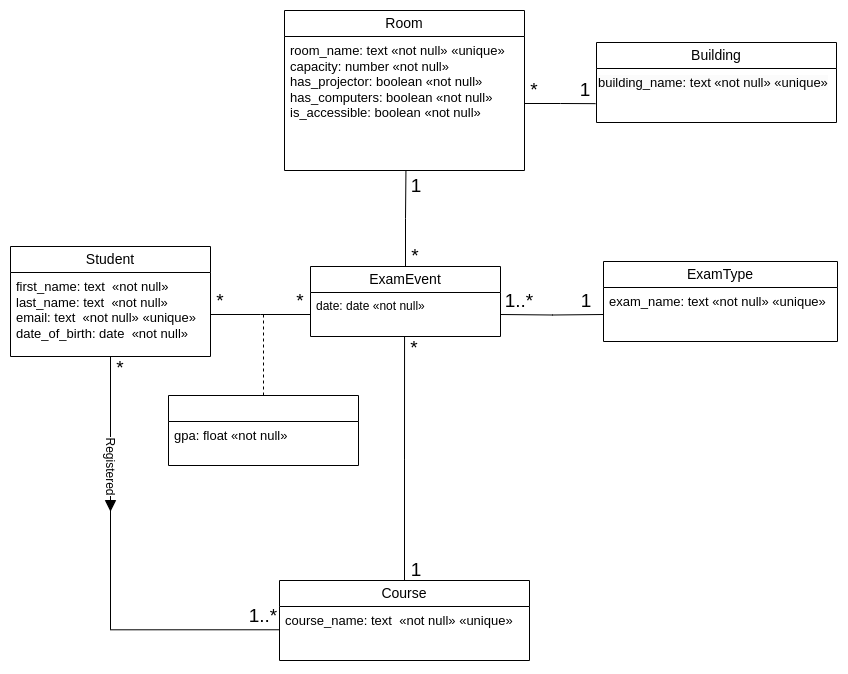
This is uml.png from igor-diniz/MECD-Database, a draw.io export, as it was before one commit. Source tidied: cells renumbered, new cells last; positions are measured from the earlier drawing's top-left corner, leaving out a move shared by most shapes. Its diagram source:
```xml
<mxGraphModel>
  <root>
    <mxCell id="0" />
    <mxCell id="1" parent="0" />
    <mxCell id="2" value="&lt;font style=&quot;font-size: 14px;&quot;&gt;Student&lt;/font&gt;" style="swimlane;fontStyle=0;horizontal=1;startSize=26;fillColor=none;whiteSpace=wrap;html=1;" parent="1" vertex="1">
      <mxGeometry y="236" width="200" height="110" as="geometry" />
    </mxCell>
    <mxCell id="3" value="&lt;font style=&quot;font-size: 13px;&quot;&gt;first_name: text&amp;nbsp; «not null»&lt;br&gt;last_name: text&amp;nbsp; «not null»&lt;br&gt;email: text&amp;nbsp; «not null» «unique»&lt;br&gt;date_of_birth: date&amp;nbsp; «not null»&lt;/font&gt;" style="text;strokeColor=none;fillColor=none;align=left;verticalAlign=top;spacingLeft=4;spacingRight=4;overflow=hidden;points=[[0,0.5],[1,0.5]];portConstraint=eastwest;whiteSpace=wrap;html=1;" parent="2" vertex="1">
      <mxGeometry y="26" width="200" height="84" as="geometry" />
    </mxCell>
    <mxCell id="4" value="&lt;font style=&quot;font-size: 14px;&quot;&gt;Course&lt;/font&gt;" style="swimlane;fontStyle=0;horizontal=1;startSize=26;fillColor=none;whiteSpace=wrap;html=1;" parent="1" vertex="1">
      <mxGeometry x="269" y="570" width="250" height="80" as="geometry" />
    </mxCell>
    <mxCell id="5" value="&lt;font style=&quot;font-size: 13px;&quot;&gt;course_name: text&amp;nbsp; «not null» «unique»&lt;/font&gt;" style="text;strokeColor=none;fillColor=none;align=left;verticalAlign=top;spacingLeft=4;spacingRight=4;overflow=hidden;points=[[0,0.5],[1,0.5]];portConstraint=eastwest;whiteSpace=wrap;html=1;" parent="4" vertex="1">
      <mxGeometry y="26" width="250" height="54" as="geometry" />
    </mxCell>
    <mxCell id="6" value="&lt;font style=&quot;font-size: 14px;&quot;&gt;Room&lt;/font&gt;" style="swimlane;fontStyle=0;horizontal=1;startSize=26;fillColor=none;whiteSpace=wrap;html=1;" parent="1" vertex="1">
      <mxGeometry x="274" width="240" height="160" as="geometry" />
    </mxCell>
    <mxCell id="7" value="&lt;font style=&quot;font-size: 13px;&quot;&gt;room_name: text «not null» «unique»&lt;br style=&quot;border-color: var(--border-color);&quot;&gt;capacity: number «not null»&lt;br&gt;has_projector: boolean «not null»&lt;br&gt;has_computers: boolean «not null»&lt;br&gt;is_accessible: boolean «not null»&lt;/font&gt;" style="text;strokeColor=none;fillColor=none;align=left;verticalAlign=top;spacingLeft=4;spacingRight=4;overflow=hidden;points=[[0,0.5],[1,0.5]];portConstraint=eastwest;whiteSpace=wrap;html=1;" parent="6" vertex="1">
      <mxGeometry y="26" width="240" height="134" as="geometry" />
    </mxCell>
    <mxCell id="8" value="*" style="text;html=1;strokeColor=none;fillColor=none;align=center;verticalAlign=middle;whiteSpace=wrap;rounded=0;fontSize=19;" parent="1" vertex="1">
      <mxGeometry x="280" y="281" width="20" height="20" as="geometry" />
    </mxCell>
    <mxCell id="9" style="edgeStyle=orthogonalEdgeStyle;rounded=0;jettySize=auto;html=1;entryX=0.506;entryY=1.002;entryDx=0;entryDy=0;entryPerimeter=0;endArrow=none;endFill=0;" parent="1" edge="1" source="10" target="7">
      <mxGeometry relative="1" as="geometry" />
    </mxCell>
    <mxCell id="10" value="&lt;font style=&quot;font-size: 14px;&quot;&gt;ExamEvent&lt;/font&gt;" style="swimlane;fontStyle=0;horizontal=1;startSize=26;fillColor=none;whiteSpace=wrap;html=1;" parent="1" vertex="1">
      <mxGeometry x="300" y="256" width="190" height="70" as="geometry" />
    </mxCell>
    <mxCell id="11" value="date: date «not null»" style="text;strokeColor=none;fillColor=none;align=left;verticalAlign=top;spacingLeft=4;spacingRight=4;overflow=hidden;whiteSpace=wrap;html=1;" parent="10" vertex="1">
      <mxGeometry y="26" width="190" height="44" as="geometry" />
    </mxCell>
    <mxCell id="12" value="*" style="text;html=1;strokeColor=none;fillColor=none;align=center;verticalAlign=middle;whiteSpace=wrap;rounded=0;fontSize=19;" parent="1" vertex="1">
      <mxGeometry x="395" y="236" width="20" height="20" as="geometry" />
    </mxCell>
    <mxCell id="13" value="*" style="text;html=1;strokeColor=none;fillColor=none;align=center;verticalAlign=middle;whiteSpace=wrap;rounded=0;fontSize=19;" parent="1" vertex="1">
      <mxGeometry x="394" y="328" width="20" height="20" as="geometry" />
    </mxCell>
    <mxCell id="14" style="edgeStyle=orthogonalEdgeStyle;rounded=0;jettySize=auto;html=1;endArrow=none;endFill=0;" parent="1" edge="1" source="3">
      <mxGeometry relative="1" as="geometry">
        <mxPoint x="300" y="304" as="targetPoint" />
      </mxGeometry>
    </mxCell>
    <mxCell id="15" style="edgeStyle=orthogonalEdgeStyle;rounded=0;jettySize=auto;html=1;endArrow=none;endFill=0;entryX=0.495;entryY=1.005;entryDx=0;entryDy=0;entryPerimeter=0;" parent="1" edge="1" source="4">
      <mxGeometry relative="1" as="geometry">
        <mxPoint x="394" y="326.2" as="targetPoint" />
      </mxGeometry>
    </mxCell>
    <mxCell id="16" value="*" style="text;html=1;strokeColor=none;fillColor=none;align=center;verticalAlign=middle;whiteSpace=wrap;rounded=0;fontSize=19;" parent="1" vertex="1">
      <mxGeometry x="200" y="281" width="20" height="20" as="geometry" />
    </mxCell>
    <mxCell id="17" value="1" style="text;html=1;strokeColor=none;fillColor=none;align=center;verticalAlign=middle;whiteSpace=wrap;rounded=0;fontSize=19;" parent="1" vertex="1">
      <mxGeometry x="396" y="550" width="20" height="20" as="geometry" />
    </mxCell>
    <mxCell id="18" value="1" style="text;html=1;strokeColor=none;fillColor=none;align=center;verticalAlign=middle;whiteSpace=wrap;rounded=0;fontSize=19;" parent="1" vertex="1">
      <mxGeometry x="396" y="166" width="20" height="20" as="geometry" />
    </mxCell>
    <mxCell id="19" value="&lt;font style=&quot;font-size: 14px;&quot;&gt;ExamType&lt;/font&gt;" style="swimlane;fontStyle=0;horizontal=1;startSize=26;fillColor=none;whiteSpace=wrap;html=1;" parent="1" vertex="1">
      <mxGeometry x="593" y="251" width="234" height="80" as="geometry" />
    </mxCell>
    <mxCell id="20" value="&lt;font style=&quot;font-size: 13px;&quot;&gt;exam_name: text «not null» «unique»&lt;/font&gt;" style="text;strokeColor=none;fillColor=none;align=left;verticalAlign=top;spacingLeft=4;spacingRight=4;overflow=hidden;points=[[0,0.5],[1,0.5]];portConstraint=eastwest;whiteSpace=wrap;html=1;" parent="19" vertex="1">
      <mxGeometry y="26" width="234" height="54" as="geometry" />
    </mxCell>
    <mxCell id="21" value="1..*" style="text;html=1;strokeColor=none;fillColor=none;align=center;verticalAlign=middle;whiteSpace=wrap;rounded=0;fontSize=19;" parent="1" vertex="1">
      <mxGeometry x="499" y="281" width="20" height="20" as="geometry" />
    </mxCell>
    <mxCell id="22" value="1" style="text;html=1;strokeColor=none;fillColor=none;align=center;verticalAlign=middle;whiteSpace=wrap;rounded=0;fontSize=19;" parent="1" vertex="1">
      <mxGeometry x="566" y="281" width="20" height="20" as="geometry" />
    </mxCell>
    <mxCell id="23" style="edgeStyle=orthogonalEdgeStyle;rounded=0;jettySize=auto;html=1;entryX=0;entryY=0.5;entryDx=0;entryDy=0;endArrow=none;endFill=0;" parent="1" edge="1" target="20">
      <mxGeometry relative="1" as="geometry">
        <mxPoint x="490" y="304" as="sourcePoint" />
      </mxGeometry>
    </mxCell>
    <mxCell id="24" style="edgeStyle=orthogonalEdgeStyle;rounded=0;jettySize=auto;html=1;entryX=-0.002;entryY=0.431;entryDx=0;entryDy=0;entryPerimeter=0;endArrow=none;endFill=0;" parent="1" edge="1" source="2" target="5">
      <mxGeometry relative="1" as="geometry" />
    </mxCell>
    <mxCell id="25" value="&lt;font style=&quot;font-size: 12px;&quot;&gt;Registered&lt;/font&gt;" style="edgeLabel;html=1;align=center;verticalAlign=middle;rotation=90;fontSize=12;" parent="24" vertex="1">
      <mxGeometry x="-0.49" y="3" relative="1" as="geometry">
        <mxPoint x="-2" y="-5" as="offset" />
      </mxGeometry>
    </mxCell>
    <mxCell id="26" value="*" style="text;html=1;strokeColor=none;fillColor=none;align=center;verticalAlign=middle;whiteSpace=wrap;rounded=0;fontSize=19;" parent="1" vertex="1">
      <mxGeometry x="100" y="348" width="20" height="20" as="geometry" />
    </mxCell>
    <mxCell id="27" value="1..*" style="text;html=1;strokeColor=none;fillColor=none;align=center;verticalAlign=middle;whiteSpace=wrap;rounded=0;fontSize=19;" parent="1" vertex="1">
      <mxGeometry x="243" y="596" width="20" height="20" as="geometry" />
    </mxCell>
    <mxCell id="28" style="triangle;whiteSpace=wrap;html=1;fillStyle=solid;fillColor=#000000;rotation=90;" parent="1" vertex="1">
      <mxGeometry x="95" y="490" width="10" height="10" as="geometry" />
    </mxCell>
    <mxCell id="29" style="edgeStyle=orthogonalEdgeStyle;rounded=0;jettySize=auto;html=1;endArrow=none;endFill=0;dashed=1;exitX=0.5;exitY=0;exitDx=0;exitDy=0;" parent="1" edge="1" source="30">
      <mxGeometry relative="1" as="geometry">
        <mxPoint x="253" y="304" as="targetPoint" />
      </mxGeometry>
    </mxCell>
    <mxCell id="30" style="swimlane;fontStyle=0;horizontal=1;startSize=26;fillColor=none;whiteSpace=wrap;html=1;" parent="1" vertex="1">
      <mxGeometry x="158" y="385" width="190" height="70" as="geometry" />
    </mxCell>
    <mxCell id="31" value="&lt;font style=&quot;font-size: 13px;&quot;&gt;gpa: float «not null»&lt;/font&gt;" style="text;strokeColor=none;fillColor=none;align=left;verticalAlign=top;spacingLeft=4;spacingRight=4;overflow=hidden;points=[[0,0.5],[1,0.5]];portConstraint=eastwest;whiteSpace=wrap;html=1;" parent="30" vertex="1">
      <mxGeometry y="26" width="190" height="44" as="geometry" />
    </mxCell>
    <mxCell id="32" value="&lt;font style=&quot;font-size: 14px;&quot;&gt;Building&lt;/font&gt;" style="swimlane;fontStyle=0;horizontal=1;startSize=26;fillColor=none;whiteSpace=wrap;html=1;" parent="1" vertex="1">
      <mxGeometry x="586" y="32" width="240" height="80" as="geometry" />
    </mxCell>
    <mxCell id="33" value="&lt;span style=&quot;color: rgb(0, 0, 0); font-family: Helvetica; font-size: 13px; font-style: normal; font-variant-ligatures: normal; font-variant-caps: normal; font-weight: 400; letter-spacing: normal; orphans: 2; text-align: left; text-indent: 0px; text-transform: none; widows: 2; word-spacing: 0px; -webkit-text-stroke-width: 0px; background-color: rgb(251, 251, 251); text-decoration-thickness: initial; text-decoration-style: initial; text-decoration-color: initial; float: none; display: inline !important;&quot;&gt;building_name: text «not null» «unique»&lt;/span&gt;" style="text;whiteSpace=wrap;html=1;" parent="32" vertex="1">
      <mxGeometry y="26" width="240" height="54" as="geometry" />
    </mxCell>
    <mxCell id="34" style="edgeStyle=orthogonalEdgeStyle;rounded=0;jettySize=auto;html=1;entryX=-0.004;entryY=0.651;entryDx=0;entryDy=0;entryPerimeter=0;endArrow=none;endFill=0;" parent="1" edge="1" source="7" target="33">
      <mxGeometry relative="1" as="geometry" />
    </mxCell>
    <mxCell id="35" value="1" style="text;html=1;strokeColor=none;fillColor=none;align=center;verticalAlign=middle;whiteSpace=wrap;rounded=0;fontSize=19;" parent="1" vertex="1">
      <mxGeometry x="565" y="70" width="20" height="20" as="geometry" />
    </mxCell>
    <mxCell id="36" value="*" style="text;html=1;strokeColor=none;fillColor=none;align=center;verticalAlign=middle;whiteSpace=wrap;rounded=0;fontSize=19;" parent="1" vertex="1">
      <mxGeometry x="514" y="70" width="20" height="20" as="geometry" />
    </mxCell>
  </root>
</mxGraphModel>
```
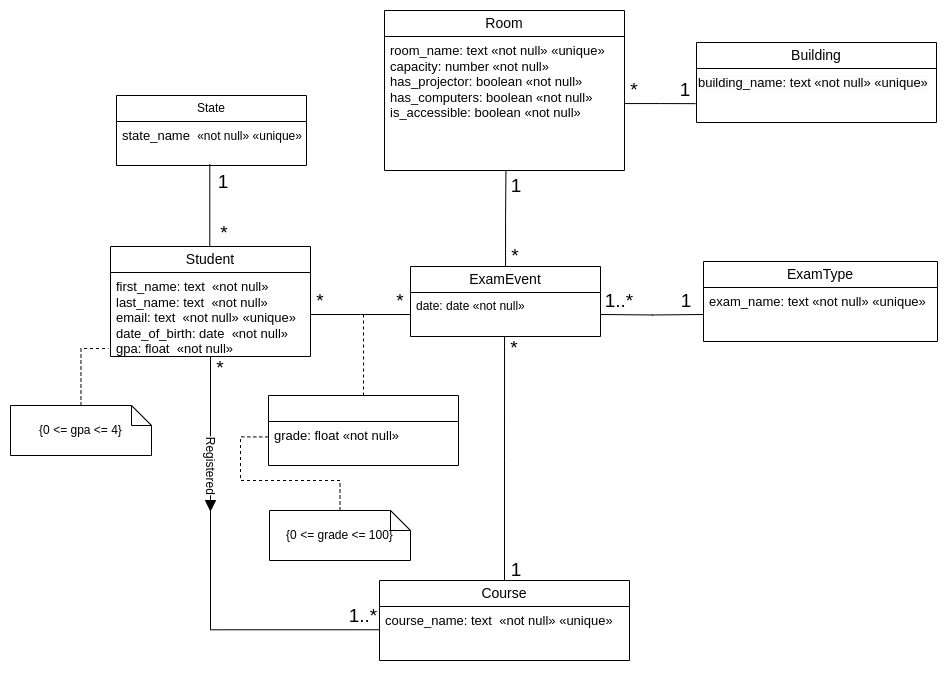
Later version of the same file.

Commit message:
Updated schema for the new csv

What changed in the source:
```diff
@@ -2,10 +2,17 @@
   <root>
     <mxCell id="0" />
     <mxCell id="1" parent="0" />
+    <mxCell id="37" style="edgeStyle=orthogonalEdgeStyle;rounded=0;jettySize=auto;html=1;entryX=0.491;entryY=0.97;entryDx=0;entryDy=0;entryPerimeter=0;endArrow=none;endFill=0;" parent="1" edge="1" source="2" target="39">
+      <mxGeometry relative="1" as="geometry">
+        <Array as="points">
+          <mxPoint x="100" y="154" />
+        </Array>
+      </mxGeometry>
+    </mxCell>
     <mxCell id="2" value="&lt;font style=&quot;font-size: 14px;&quot;&gt;Student&lt;/font&gt;" style="swimlane;fontStyle=0;horizontal=1;startSize=26;fillColor=none;whiteSpace=wrap;html=1;" parent="1" vertex="1">
       <mxGeometry y="236" width="200" height="110" as="geometry" />
     </mxCell>
-    <mxCell id="3" value="&lt;font style=&quot;font-size: 13px;&quot;&gt;first_name: text&amp;nbsp; «not null»&lt;br&gt;last_name: text&amp;nbsp; «not null»&lt;br&gt;email: text&amp;nbsp; «not null» «unique»&lt;br&gt;date_of_birth: date&amp;nbsp; «not null»&lt;/font&gt;" style="text;strokeColor=none;fillColor=none;align=left;verticalAlign=top;spacingLeft=4;spacingRight=4;overflow=hidden;points=[[0,0.5],[1,0.5]];portConstraint=eastwest;whiteSpace=wrap;html=1;" parent="2" vertex="1">
+    <mxCell id="3" value="&lt;font style=&quot;font-size: 13px;&quot;&gt;first_name: text&amp;nbsp; «not null»&lt;br&gt;last_name: text&amp;nbsp; «not null»&lt;br&gt;email: text&amp;nbsp; «not null» «unique»&lt;br&gt;date_of_birth: date&amp;nbsp; «not null»&lt;br&gt;gpa: float&amp;nbsp; «not null»&lt;br&gt;&lt;/font&gt;" style="text;strokeColor=none;fillColor=none;align=left;verticalAlign=top;spacingLeft=4;spacingRight=4;overflow=hidden;points=[[0,0.5],[1,0.5]];portConstraint=eastwest;whiteSpace=wrap;html=1;" parent="2" vertex="1">
       <mxGeometry y="26" width="200" height="84" as="geometry" />
     </mxCell>
     <mxCell id="4" value="&lt;font style=&quot;font-size: 14px;&quot;&gt;Course&lt;/font&gt;" style="swimlane;fontStyle=0;horizontal=1;startSize=26;fillColor=none;whiteSpace=wrap;html=1;" parent="1" vertex="1">
@@ -99,7 +106,7 @@
     <mxCell id="30" style="swimlane;fontStyle=0;horizontal=1;startSize=26;fillColor=none;whiteSpace=wrap;html=1;" parent="1" vertex="1">
       <mxGeometry x="158" y="385" width="190" height="70" as="geometry" />
     </mxCell>
-    <mxCell id="31" value="&lt;font style=&quot;font-size: 13px;&quot;&gt;gpa: float «not null»&lt;/font&gt;" style="text;strokeColor=none;fillColor=none;align=left;verticalAlign=top;spacingLeft=4;spacingRight=4;overflow=hidden;points=[[0,0.5],[1,0.5]];portConstraint=eastwest;whiteSpace=wrap;html=1;" parent="30" vertex="1">
+    <mxCell id="31" value="&lt;font style=&quot;font-size: 13px;&quot;&gt;grade: float «not null»&lt;/font&gt;" style="text;strokeColor=none;fillColor=none;align=left;verticalAlign=top;spacingLeft=4;spacingRight=4;overflow=hidden;points=[[0,0.5],[1,0.5]];portConstraint=eastwest;whiteSpace=wrap;html=1;" parent="30" vertex="1">
       <mxGeometry y="26" width="190" height="44" as="geometry" />
     </mxCell>
     <mxCell id="32" value="&lt;font style=&quot;font-size: 14px;&quot;&gt;Building&lt;/font&gt;" style="swimlane;fontStyle=0;horizontal=1;startSize=26;fillColor=none;whiteSpace=wrap;html=1;" parent="1" vertex="1">
@@ -117,5 +124,35 @@
     <mxCell id="36" value="*" style="text;html=1;strokeColor=none;fillColor=none;align=center;verticalAlign=middle;whiteSpace=wrap;rounded=0;fontSize=19;" parent="1" vertex="1">
       <mxGeometry x="514" y="70" width="20" height="20" as="geometry" />
     </mxCell>
+    <mxCell id="38" value="State" style="swimlane;fontStyle=0;horizontal=1;startSize=26;fillColor=none;whiteSpace=wrap;html=1;" parent="1" vertex="1">
+      <mxGeometry x="6" y="85" width="190" height="70" as="geometry" />
+    </mxCell>
+    <mxCell id="39" value="&lt;font style=&quot;font-size: 13px;&quot;&gt;state_name&amp;nbsp;&amp;nbsp;&lt;/font&gt;«not null» «unique»" style="text;strokeColor=none;fillColor=none;align=left;verticalAlign=top;spacingLeft=4;spacingRight=4;overflow=hidden;points=[[0,0.5],[1,0.5]];portConstraint=eastwest;whiteSpace=wrap;html=1;" parent="38" vertex="1">
+      <mxGeometry y="26" width="190" height="44" as="geometry" />
+    </mxCell>
+    <mxCell id="40" value="*" style="text;html=1;strokeColor=none;fillColor=none;align=center;verticalAlign=middle;whiteSpace=wrap;rounded=0;fontSize=19;" parent="1" vertex="1">
+      <mxGeometry x="104" y="213" width="20" height="20" as="geometry" />
+    </mxCell>
+    <mxCell id="41" value="1" style="text;html=1;strokeColor=none;fillColor=none;align=center;verticalAlign=middle;whiteSpace=wrap;rounded=0;fontSize=19;" parent="1" vertex="1">
+      <mxGeometry x="103" y="162" width="20" height="20" as="geometry" />
+    </mxCell>
+    <mxCell id="42" style="edgeStyle=orthogonalEdgeStyle;rounded=0;jettySize=auto;html=1;endArrow=none;endFill=0;dashed=1;entryX=-0.003;entryY=0.351;entryDx=0;entryDy=0;entryPerimeter=0;" parent="1" edge="1" source="43" target="31">
+      <mxGeometry relative="1" as="geometry">
+        <Array as="points">
+          <mxPoint x="229" y="470" />
+          <mxPoint x="130" y="470" />
+          <mxPoint x="130" y="426" />
+        </Array>
+      </mxGeometry>
+    </mxCell>
+    <mxCell id="43" value="{0 &amp;lt;= grade &amp;lt;= 100}" style="shape=note;size=20;whiteSpace=wrap;html=1;" parent="1" vertex="1">
+      <mxGeometry x="159" y="500" width="141" height="50" as="geometry" />
+    </mxCell>
+    <mxCell id="44" style="edgeStyle=orthogonalEdgeStyle;rounded=0;jettySize=auto;html=1;endArrow=none;endFill=0;dashed=1;entryX=-0.01;entryY=0.905;entryDx=0;entryDy=0;entryPerimeter=0;" parent="1" edge="1" source="45" target="3">
+      <mxGeometry relative="1" as="geometry" />
+    </mxCell>
+    <mxCell id="45" value="{0 &amp;lt;= gpa &amp;lt;= 4}" style="shape=note;size=20;whiteSpace=wrap;html=1;" parent="1" vertex="1">
+      <mxGeometry x="-100" y="395" width="141" height="50" as="geometry" />
+    </mxCell>
   </root>
 </mxGraphModel>
```
